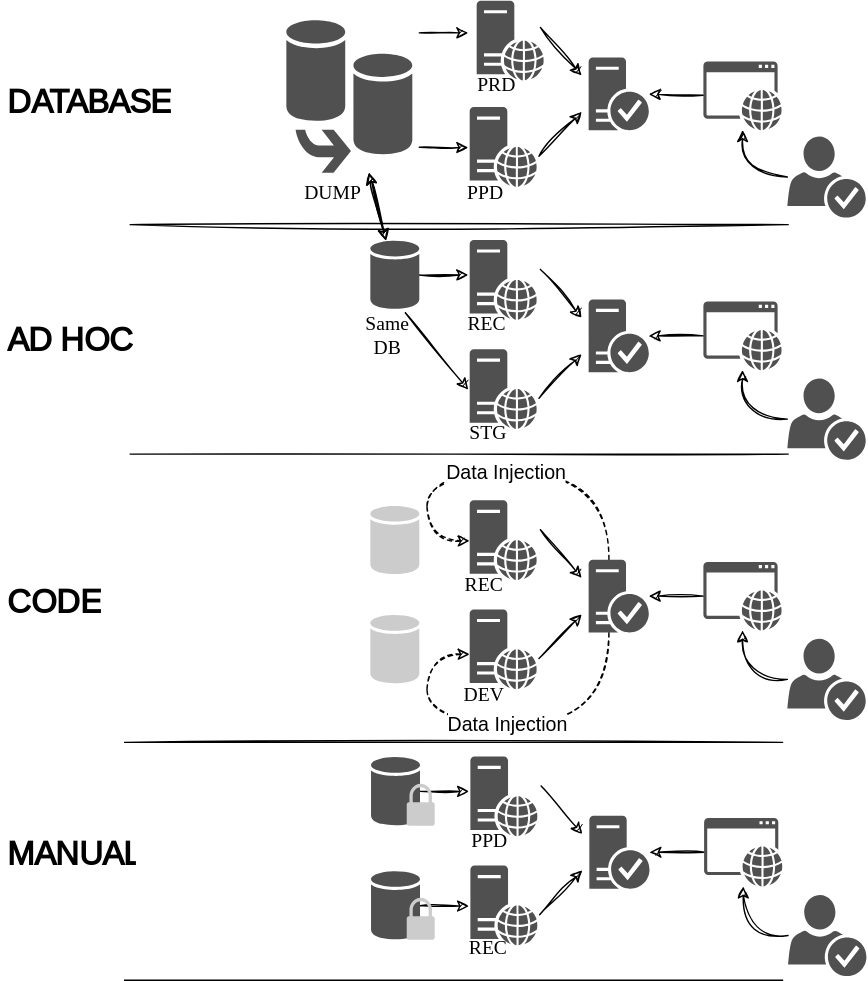
This is doc/diagram/setup.diagram.svg from oneteme/assertapi-core, a draw.io export, as it was before one commit. Source tidied: cells renumbered, new cells last; positions are measured from the earlier drawing's top-left corner, leaving out a move shared by most shapes.
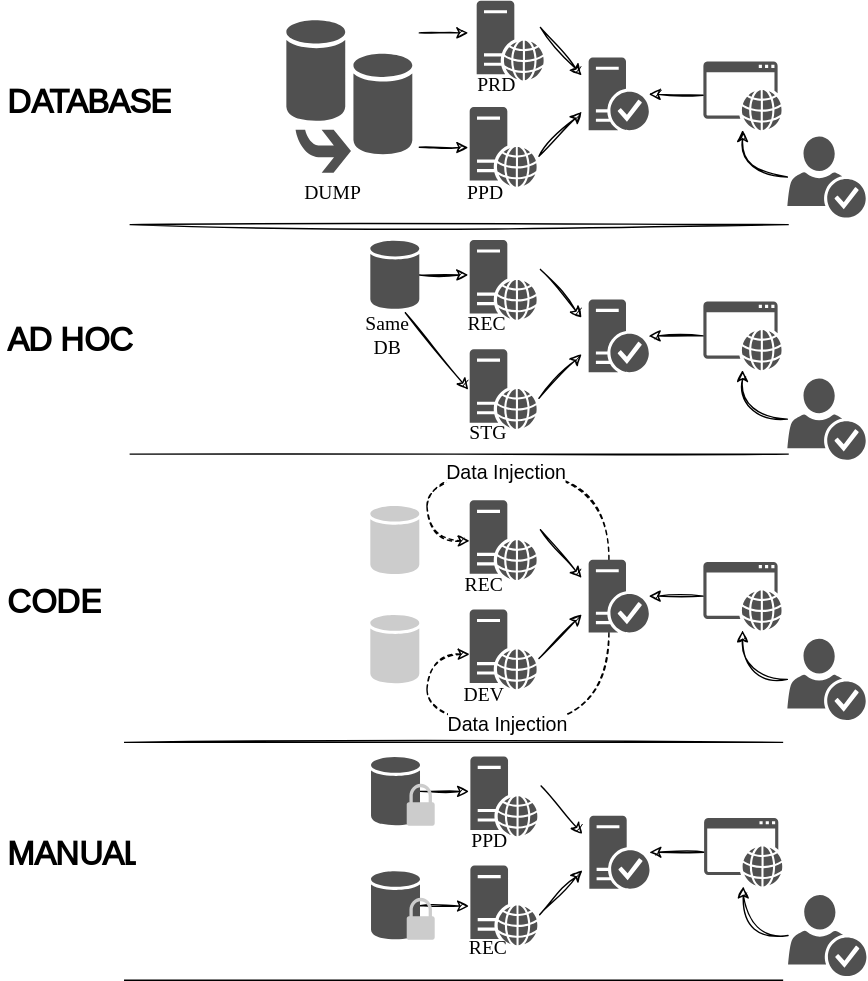
After the change.

What changed in the source:
```diff
@@ -52,12 +52,6 @@
         <mxPoint x="334" y="105" as="targetPoint" />
       </mxGeometry>
     </mxCell>
-    <mxCell id="16" style="edgeStyle=none;curved=1;sketch=1;jettySize=auto;html=1;shadow=0;strokeColor=default;fontFamily=Times New Roman;fontSize=8;fontColor=default;startArrow=classic;startFill=1;endArrow=classic;endFill=1;" parent="1" edge="1" source="18" target="31">
-      <mxGeometry relative="1" as="geometry" />
-    </mxCell>
-    <mxCell id="17" style="edgeStyle=none;curved=1;sketch=1;jettySize=auto;html=1;shadow=0;strokeColor=default;fontFamily=Times New Roman;fontSize=8;fontColor=default;startArrow=classic;startFill=1;endArrow=classic;endFill=1;" parent="1" edge="1" source="18" target="31">
-      <mxGeometry relative="1" as="geometry" />
-    </mxCell>
     <mxCell id="18" style="sketch=0;shadow=0;dashed=0;html=1;strokeColor=none;fillColor=#505050;labelPosition=center;verticalLabelPosition=bottom;verticalAlign=top;outlineConnect=0;align=center;shape=mxgraph.office.databases.database_mirror;fontSize=14;" parent="1" vertex="1">
       <mxGeometry x="204" y="14" width="90" height="109" as="geometry" />
     </mxCell>
```
